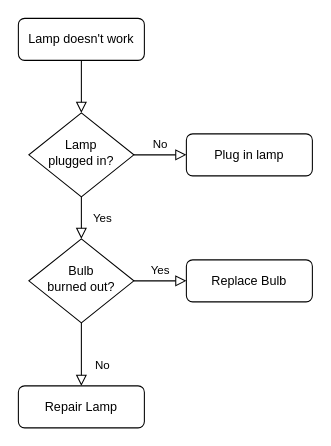
The draw.io diagram Untitled Diagram.drawio in Mariosignorelli/banco-de-dados-diagrama, before the edit. Source tidied: cells renumbered, new cells numbered last; positions are measured from the earlier drawing's top-left corner, leaving out a move shared by most shapes. Both pictures are drawn from the tidied source at 105%, with x=0, y=0 at pixel (18, 18).
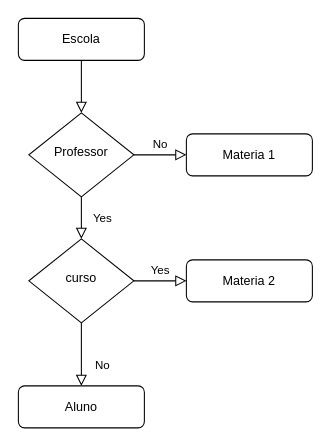
After the change.

The edit, as a diff of the source:
```diff
@@
 <mxGraphModel>
   <root>
     <mxCell id="0" />
     <mxCell id="1" parent="0" />
     <mxCell id="2" style="rounded=0;html=1;jettySize=auto;fontSize=11;endArrow=block;endFill=0;endSize=8;strokeWidth=1;shadow=0;labelBackgroundColor=none;edgeStyle=orthogonalEdgeStyle;" parent="1" edge="1" source="3" target="6">
       <mxGeometry relative="1" as="geometry" />
     </mxCell>
-    <mxCell id="3" value="Lamp doesn't work" style="rounded=1;whiteSpace=wrap;html=1;fontSize=12;glass=0;strokeWidth=1;shadow=0;" parent="1" vertex="1">
+    <mxCell id="3" value="Escola" style="rounded=1;whiteSpace=wrap;html=1;fontSize=12;glass=0;strokeWidth=1;shadow=0;" parent="1" vertex="1">
       <mxGeometry width="120" height="40" as="geometry" />
     </mxCell>
     <mxCell id="4" value="Yes" style="rounded=0;html=1;jettySize=auto;fontSize=11;endArrow=block;endFill=0;endSize=8;strokeWidth=1;shadow=0;labelBackgroundColor=none;edgeStyle=orthogonalEdgeStyle;" parent="1" edge="1" source="6" target="10">
       <mxGeometry y="20" relative="1" as="geometry" />
     </mxCell>
     <mxCell id="5" value="No" style="edgeStyle=orthogonalEdgeStyle;rounded=0;html=1;jettySize=auto;fontSize=11;endArrow=block;endFill=0;endSize=8;strokeWidth=1;shadow=0;labelBackgroundColor=none;" parent="1" edge="1" source="6" target="7">
       <mxGeometry y="10" relative="1" as="geometry" />
     </mxCell>
-    <mxCell id="6" value="Lamp&lt;br&gt;plugged in?" style="rhombus;whiteSpace=wrap;html=1;shadow=0;fontFamily=Helvetica;fontSize=12;align=center;strokeWidth=1;spacing=6;spacingTop=-4;" parent="1" vertex="1">
+    <mxCell id="6" value="Professor" style="rhombus;whiteSpace=wrap;html=1;shadow=0;fontFamily=Helvetica;fontSize=12;align=center;strokeWidth=1;spacing=6;spacingTop=-4;" parent="1" vertex="1">
       <mxGeometry x="10" y="90" width="100" height="80" as="geometry" />
     </mxCell>
-    <mxCell id="7" value="Plug in lamp" style="rounded=1;whiteSpace=wrap;html=1;fontSize=12;glass=0;strokeWidth=1;shadow=0;" parent="1" vertex="1">
+    <mxCell id="7" value="Materia 1" style="rounded=1;whiteSpace=wrap;html=1;fontSize=12;glass=0;strokeWidth=1;shadow=0;" parent="1" vertex="1">
       <mxGeometry x="160" y="110" width="120" height="40" as="geometry" />
     </mxCell>
     <mxCell id="8" value="No" style="rounded=0;html=1;jettySize=auto;fontSize=11;endArrow=block;endFill=0;endSize=8;strokeWidth=1;shadow=0;labelBackgroundColor=none;edgeStyle=orthogonalEdgeStyle;" parent="1" edge="1" source="10" target="11">
       <mxGeometry x="0.33" y="20" relative="1" as="geometry" />
     </mxCell>
     <mxCell id="9" value="Yes" style="edgeStyle=orthogonalEdgeStyle;rounded=0;html=1;jettySize=auto;fontSize=11;endArrow=block;endFill=0;endSize=8;strokeWidth=1;shadow=0;labelBackgroundColor=none;" parent="1" edge="1" source="10" target="12">
       <mxGeometry y="10" relative="1" as="geometry" />
     </mxCell>
-    <mxCell id="10" value="Bulb&lt;br&gt;burned out?" style="rhombus;whiteSpace=wrap;html=1;shadow=0;fontFamily=Helvetica;fontSize=12;align=center;strokeWidth=1;spacing=6;spacingTop=-4;" parent="1" vertex="1">
+    <mxCell id="10" value="curso" style="rhombus;whiteSpace=wrap;html=1;shadow=0;fontFamily=Helvetica;fontSize=12;align=center;strokeWidth=1;spacing=6;spacingTop=-4;" parent="1" vertex="1">
       <mxGeometry x="10" y="210" width="100" height="80" as="geometry" />
     </mxCell>
-    <mxCell id="11" value="Repair Lamp" style="rounded=1;whiteSpace=wrap;html=1;fontSize=12;glass=0;strokeWidth=1;shadow=0;" parent="1" vertex="1">
+    <mxCell id="11" value="Aluno" style="rounded=1;whiteSpace=wrap;html=1;fontSize=12;glass=0;strokeWidth=1;shadow=0;" parent="1" vertex="1">
       <mxGeometry y="350" width="120" height="40" as="geometry" />
     </mxCell>
-    <mxCell id="12" value="Replace Bulb" style="rounded=1;whiteSpace=wrap;html=1;fontSize=12;glass=0;strokeWidth=1;shadow=0;" parent="1" vertex="1">
+    <mxCell id="12" value="Materia 2" style="rounded=1;whiteSpace=wrap;html=1;fontSize=12;glass=0;strokeWidth=1;shadow=0;" parent="1" vertex="1">
       <mxGeometry x="160" y="230" width="120" height="40" as="geometry" />
     </mxCell>
   </root>
 </mxGraphModel>
```
